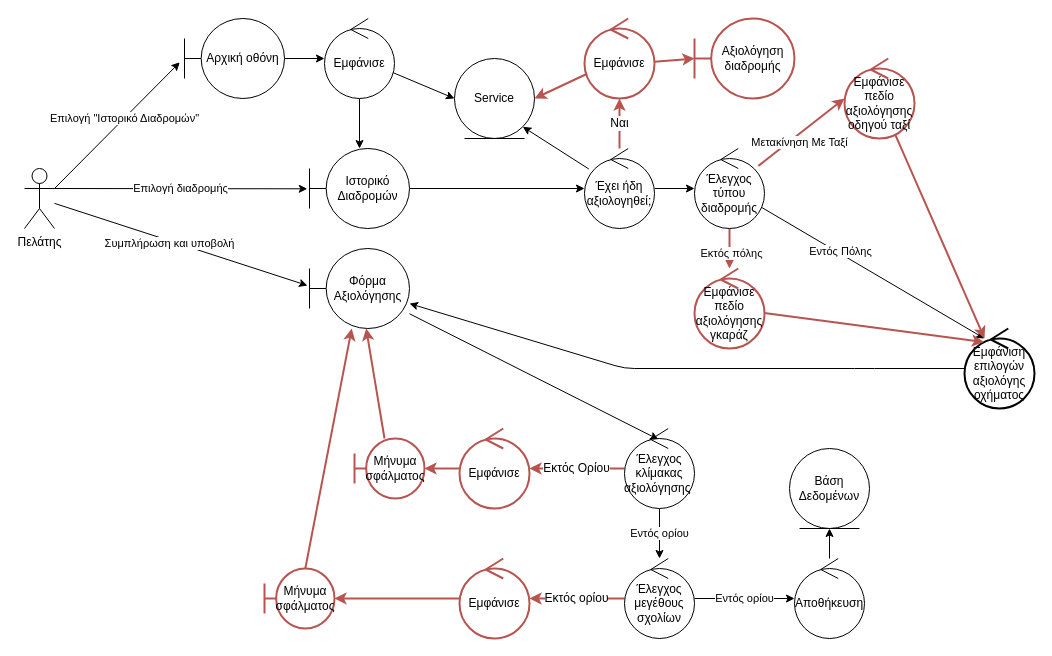
Before: Part_2/Robustness/diagrams/14_Αξιολόγηση.drawio in Nikolis2002/texnoligia_logismikou, a draw.io diagram. Source tidied: cells renumbered, new cells numbered last; positions are measured from the earlier drawing's top-left corner, leaving out a move shared by most shapes. Both pictures are drawn from the tidied source at 100%, with x=0, y=0 at pixel (24, 18).
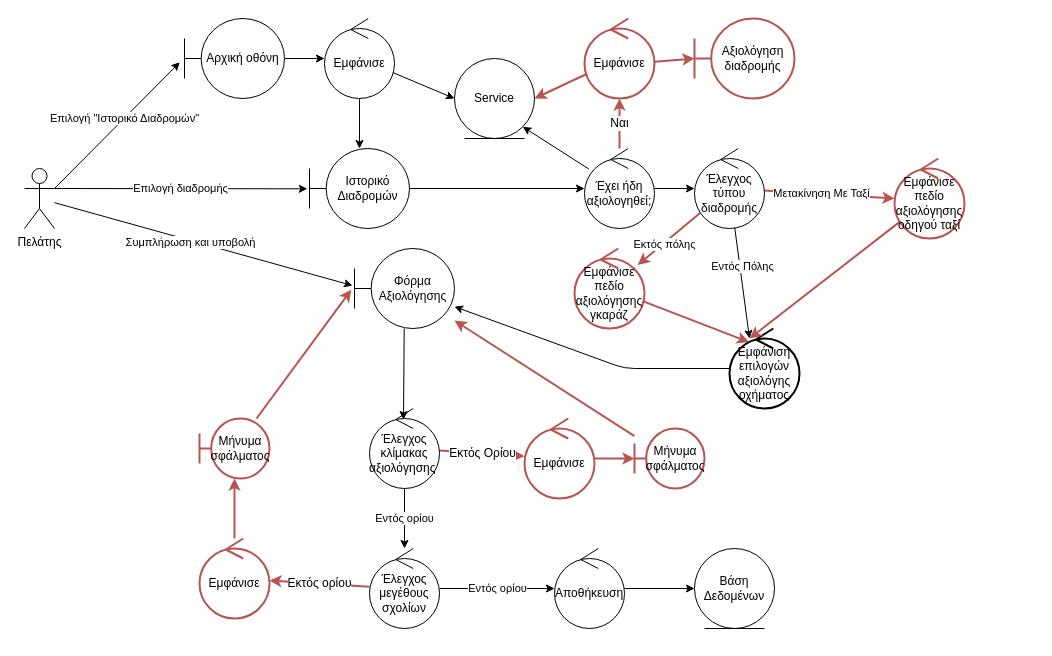
Above is the later version.

Change to the diagram source:
```diff
@@
     <mxCell id="17" style="edgeStyle=none;html=1;" parent="1" edge="1" source="18" target="20">
       <mxGeometry relative="1" as="geometry">
         <Array as="points">
-          <mxPoint x="840" y="350" />
           <mxPoint x="600" y="350" />
         </Array>
       </mxGeometry>
     </mxCell>
     <mxCell id="18" value="Εμφάνιση επιλογών αξιολόγης οχήματος" style="ellipse;shape=umlControl;whiteSpace=wrap;html=1;fillColor=default;strokeColor=default;strokeWidth=2;" parent="1" vertex="1">
-      <mxGeometry x="940" y="310" width="70" height="80" as="geometry" />
+      <mxGeometry x="705" y="310" width="70" height="80" as="geometry" />
     </mxCell>
@@
     <mxCell id="20" value="Φόρμα Αξιολόγησης" style="shape=umlBoundary;whiteSpace=wrap;html=1;" parent="1" vertex="1">
-      <mxGeometry x="285" y="230" width="100" height="80" as="geometry" />
+      <mxGeometry x="330" y="230" width="100" height="80" as="geometry" />
     </mxCell>
@@
     <mxCell id="23" value="Έλεγχος κλίμακας αξιολόγησης&amp;nbsp;" style="ellipse;shape=umlControl;whiteSpace=wrap;html=1;" parent="1" vertex="1">
-      <mxGeometry x="600" y="410" width="70" height="80" as="geometry" />
+      <mxGeometry x="345" y="390" width="70" height="80" as="geometry" />
     </mxCell>
@@
     <mxCell id="26" value="Έλεγχος μεγέθους σχολίων" style="ellipse;shape=umlControl;whiteSpace=wrap;html=1;" parent="1" vertex="1">
-      <mxGeometry x="600" y="540" width="70" height="80" as="geometry" />
+      <mxGeometry x="345" y="530" width="70" height="80" as="geometry" />
     </mxCell>
@@
     <mxCell id="28" value="Αποθήκευση" style="ellipse;shape=umlControl;whiteSpace=wrap;html=1;" parent="1" vertex="1">
-      <mxGeometry x="770" y="540" width="70" height="80" as="geometry" />
+      <mxGeometry x="530" y="530" width="70" height="80" as="geometry" />
     </mxCell>
     <mxCell id="29" value="Βάση Δεδομένων" style="ellipse;shape=umlEntity;whiteSpace=wrap;html=1;" parent="1" vertex="1">
-      <mxGeometry x="765" y="430" width="80" height="80" as="geometry" />
+      <mxGeometry x="670" y="530" width="80" height="80" as="geometry" />
     </mxCell>
@@
     <mxCell id="31" value="Εμφάνισε πεδίο αξιολόγησης γκαράζ" style="ellipse;shape=umlControl;whiteSpace=wrap;html=1;strokeColor=#b85450;fillColor=none;strokeWidth=2;" parent="1" vertex="1">
-      <mxGeometry x="670" y="250" width="70" height="80" as="geometry" />
+      <mxGeometry x="550" y="230" width="70" height="80" as="geometry" />
     </mxCell>
@@
     <mxCell id="33" value="Εμφάνισε πεδίο αξιολόγησης οδηγού ταξί" style="ellipse;shape=umlControl;whiteSpace=wrap;html=1;strokeColor=#b85450;fillColor=none;strokeWidth=2;" parent="1" vertex="1">
-      <mxGeometry x="820" y="40" width="70" height="80" as="geometry" />
+      <mxGeometry x="870" y="140" width="70" height="80" as="geometry" />
     </mxCell>
@@
     <mxCell id="35" value="Εμφάνισε" style="ellipse;shape=umlControl;whiteSpace=wrap;html=1;strokeColor=#b85450;fillColor=none;strokeWidth=2;" parent="1" vertex="1">
-      <mxGeometry x="435" y="410" width="70" height="80" as="geometry" />
+      <mxGeometry x="500" y="400" width="70" height="80" as="geometry" />
     </mxCell>
@@
     <mxCell id="37" value="Εμφάνισε" style="ellipse;shape=umlControl;whiteSpace=wrap;html=1;strokeColor=#b85450;fillColor=none;strokeWidth=2;" parent="1" vertex="1">
-      <mxGeometry x="435" y="540" width="70" height="80" as="geometry" />
+      <mxGeometry x="175" y="520" width="70" height="80" as="geometry" />
     </mxCell>
@@
     <mxCell id="53" value="Μήνυμα σφάλματος" style="shape=umlBoundary;whiteSpace=wrap;html=1;fillColor=none;strokeColor=#b85450;strokeWidth=2;" parent="1" vertex="1">
-      <mxGeometry x="330" y="420" width="70" height="60" as="geometry" />
+      <mxGeometry x="610" y="410" width="70" height="60" as="geometry" />
     </mxCell>
-    <mxCell id="54" style="edgeStyle=none;html=1;fontSize=12;fillColor=none;strokeColor=#b85450;strokeWidth=2;" parent="1" edge="1" source="55" target="20">
+    <mxCell id="54" style="edgeStyle=none;html=1;fontSize=12;fillColor=none;strokeColor=#b85450;strokeWidth=2;entryX=-0.032;entryY=0.515;entryDx=0;entryDy=0;entryPerimeter=0;" parent="1" edge="1" source="55" target="20">
       <mxGeometry relative="1" as="geometry" />
     </mxCell>
     <mxCell id="55" value="Μήνυμα σφάλματος" style="shape=umlBoundary;whiteSpace=wrap;html=1;fillColor=none;strokeColor=#b85450;strokeWidth=2;" parent="1" vertex="1">
-      <mxGeometry x="240" y="550" width="70" height="60" as="geometry" />
+      <mxGeometry x="175" y="400" width="70" height="60" as="geometry" />
     </mxCell>
```
